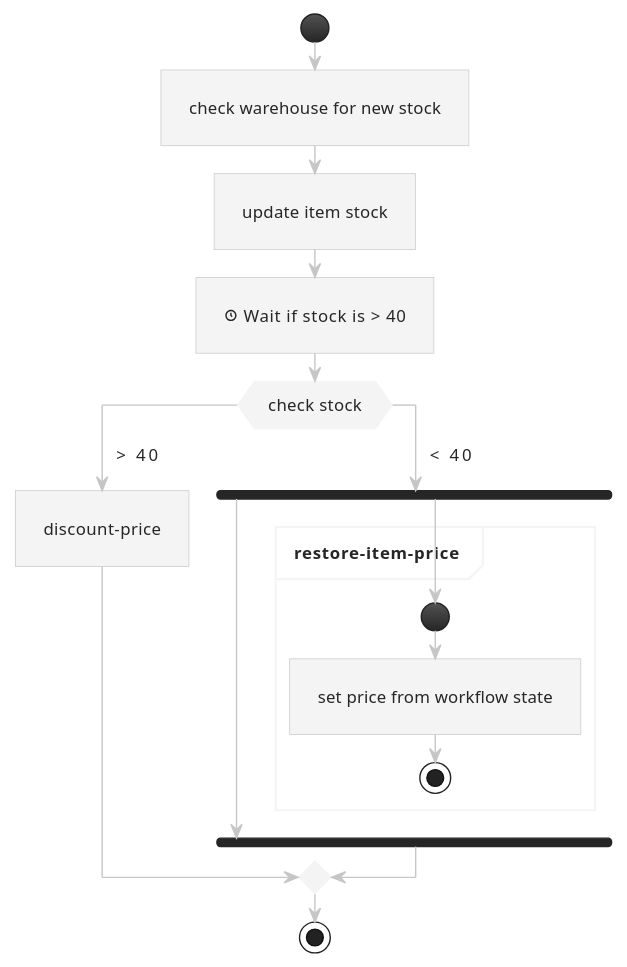
sterlp/pmw keeps this PlantUML diagram as example/check-warehouse.svg. Above is the earlier version.
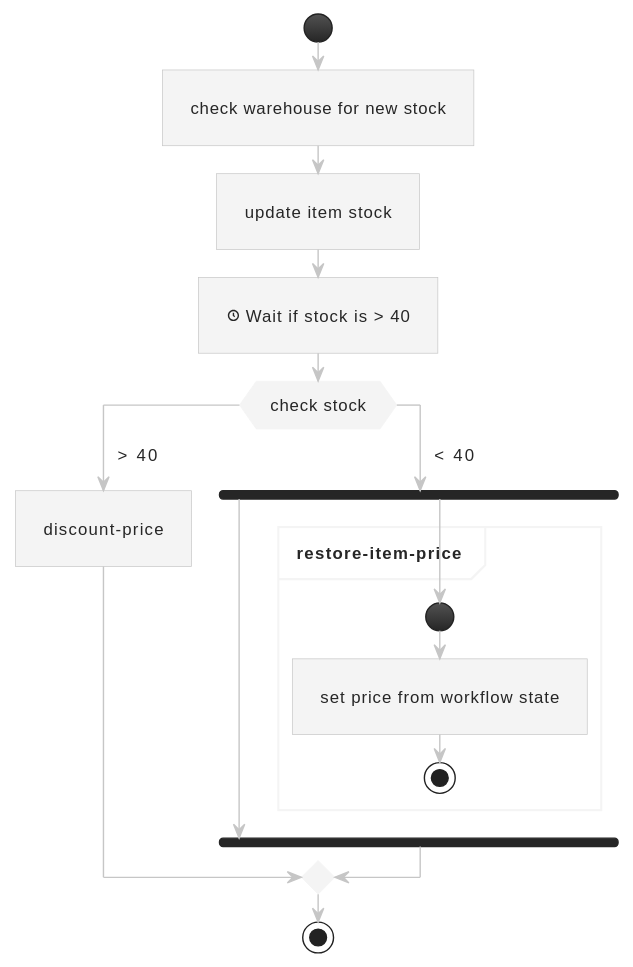
The same file after the commit.

The edit, as a diff of the source:
```diff
@@ -1,4 +1,4 @@
-@startuml "check-warehouse"
+@startuml
 !theme carbon-gray
 start
 :check warehouse for new stock;
```
